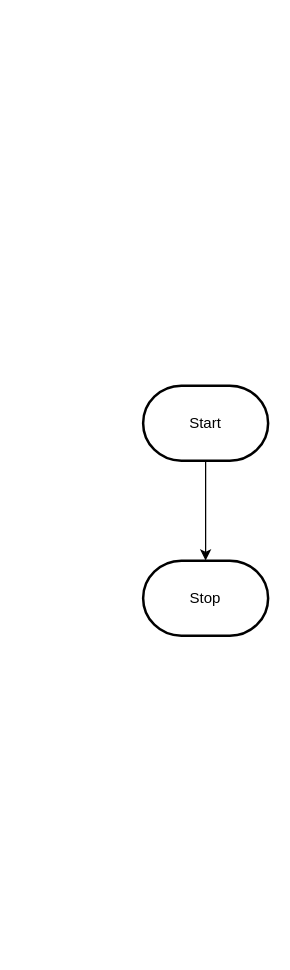
Above: design/flowchart.drawio in MTHS-ICS2O-2-2022/ICS2O-Unit-5-07-Bonnie-Zhu (draw.io), before the change. Source tidied: cells renumbered, new cells numbered last; positions are measured from the earlier drawing's top-left corner, leaving out a move shared by most shapes. Both pictures are drawn from the tidied source at 125%, with x=0, y=0 at pixel (142, 385).
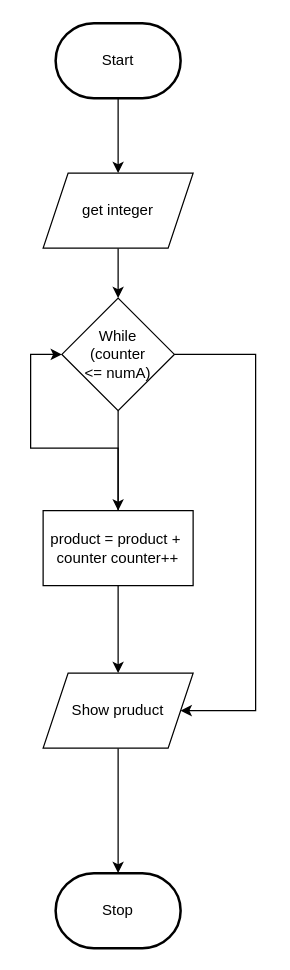
The same diagram, later.

Diff of the diagram source:
```diff
@@
 <mxGraphModel>
   <root>
     <mxCell id="0" />
     <mxCell id="1" parent="0" />
-    <mxCell id="2" style="edgeStyle=orthogonalEdgeStyle;html=1;rounded=0;" parent="1" edge="1" source="3" target="4">
-      <mxGeometry relative="1" as="geometry" />
-    </mxCell>
+    <mxCell id="5" style="edgeStyle=none;html=1;" parent="1" edge="1" source="3" target="7">
+      <mxGeometry relative="1" as="geometry" />
+    </mxCell>
     <mxCell id="3" value="Start" style="strokeWidth=2;html=1;shape=mxgraph.flowchart.terminator;whiteSpace=wrap;" parent="1" vertex="1">
-      <mxGeometry width="100" height="60" as="geometry" />
+      <mxGeometry x="-70" y="-290" width="100" height="60" as="geometry" />
     </mxCell>
     <mxCell id="4" value="Stop" style="strokeWidth=2;html=1;shape=mxgraph.flowchart.terminator;whiteSpace=wrap;" parent="1" vertex="1">
-      <mxGeometry y="140" width="100" height="60" as="geometry" />
+      <mxGeometry x="-70" y="390" width="100" height="60" as="geometry" />
     </mxCell>
+    <mxCell id="6" style="edgeStyle=none;html=1;entryX=0.5;entryY=0;entryDx=0;entryDy=0;" parent="1" edge="1" source="7" target="12">
+      <mxGeometry relative="1" as="geometry" />
+    </mxCell>
+    <mxCell id="7" value="get integer" style="shape=parallelogram;perimeter=parallelogramPerimeter;whiteSpace=wrap;html=1;fixedSize=1;" parent="1" vertex="1">
+      <mxGeometry x="-80" y="-170" width="120" height="60" as="geometry" />
+    </mxCell>
+    <mxCell id="8" style="edgeStyle=none;html=1;" parent="1" edge="1" source="9" target="4">
+      <mxGeometry relative="1" as="geometry" />
+    </mxCell>
+    <mxCell id="9" value="Show pruduct" style="shape=parallelogram;perimeter=parallelogramPerimeter;whiteSpace=wrap;html=1;fixedSize=1;" parent="1" vertex="1">
+      <mxGeometry x="-80" y="230" width="120" height="60" as="geometry" />
+    </mxCell>
+    <mxCell id="10" style="edgeStyle=orthogonalEdgeStyle;html=1;entryX=1;entryY=0.5;entryDx=0;entryDy=0;rounded=0;" parent="1" edge="1" source="12" target="9">
+      <mxGeometry relative="1" as="geometry">
+        <Array as="points">
+          <mxPoint x="90" y="-25" />
+          <mxPoint x="90" y="260" />
+        </Array>
+      </mxGeometry>
+    </mxCell>
+    <mxCell id="11" style="edgeStyle=orthogonalEdgeStyle;rounded=0;html=1;entryX=0.5;entryY=0;entryDx=0;entryDy=0;" parent="1" edge="1" source="12" target="15">
+      <mxGeometry relative="1" as="geometry" />
+    </mxCell>
+    <mxCell id="12" value="While &lt;br&gt;(counter&lt;br&gt;&amp;lt;= numA)" style="rhombus;whiteSpace=wrap;html=1;" parent="1" vertex="1">
+      <mxGeometry x="-65" y="-70" width="90" height="90" as="geometry" />
+    </mxCell>
+    <mxCell id="13" style="edgeStyle=orthogonalEdgeStyle;rounded=0;html=1;" parent="1" edge="1" source="15" target="9">
+      <mxGeometry relative="1" as="geometry" />
+    </mxCell>
+    <mxCell id="14" style="edgeStyle=orthogonalEdgeStyle;rounded=0;html=1;entryX=0;entryY=0.5;entryDx=0;entryDy=0;" parent="1" edge="1" source="15" target="12">
+      <mxGeometry relative="1" as="geometry">
+        <Array as="points">
+          <mxPoint x="-20" y="50" />
+          <mxPoint x="-90" y="50" />
+          <mxPoint x="-90" y="-25" />
+        </Array>
+      </mxGeometry>
+    </mxCell>
+    <mxCell id="15" value="product = product +&amp;nbsp;&lt;br&gt;counter counter++" style="rounded=0;whiteSpace=wrap;html=1;" parent="1" vertex="1">
+      <mxGeometry x="-80" y="100" width="120" height="60" as="geometry" />
+    </mxCell>
   </root>
 </mxGraphModel>
```
